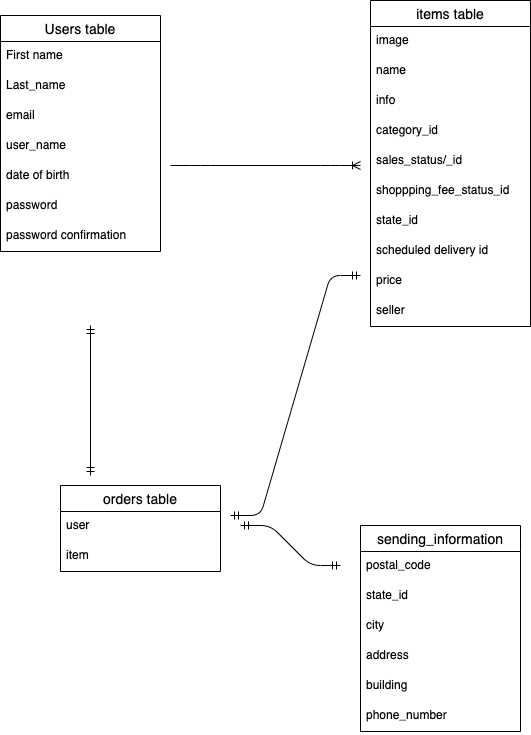
Earlier version of the draw.io export test.png (Lisakinomayoi/furiko). Source tidied: cells renumbered, new cells last; positions are measured from the earlier drawing's top-left corner, leaving out a move shared by most shapes.
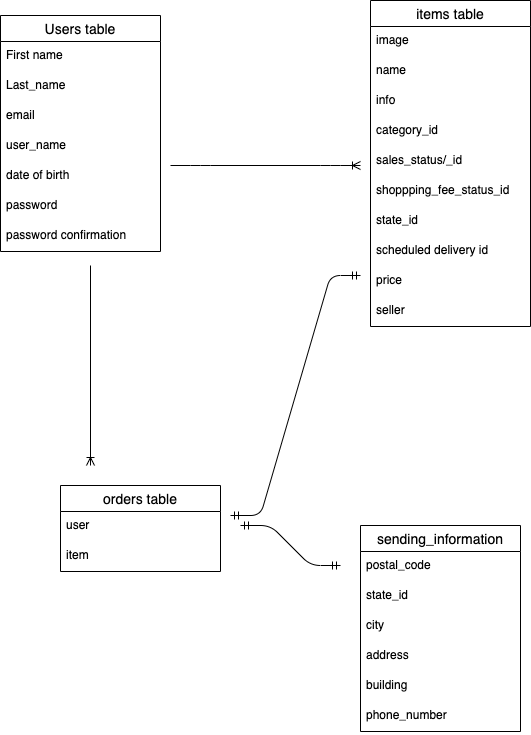
Above is the later version.

The edit, as a diff of the source:
```diff
@@ -107,11 +107,11 @@
         <mxPoint x="340" y="565" as="targetPoint" />
       </mxGeometry>
     </mxCell>
-    <mxCell id="34" style="fontSize=12;html=1;endArrow=ERmandOne;startArrow=ERmandOne;" parent="1" edge="1">
-      <mxGeometry relative="1" as="geometry">
-        <mxPoint x="90" y="475" as="sourcePoint" />
-        <mxPoint x="90" y="325" as="targetPoint" />
-      </mxGeometry>
-    </mxCell>
+    <mxCell id="35" style="fontSize=12;html=1;endArrow=ERoneToMany;" parent="1" edge="1">
+      <mxGeometry relative="1" as="geometry">
+        <mxPoint x="90" y="265" as="sourcePoint" />
+        <mxPoint x="90" y="465" as="targetPoint" />
+      </mxGeometry>
+    </mxCell>
   </root>
 </mxGraphModel>
```
